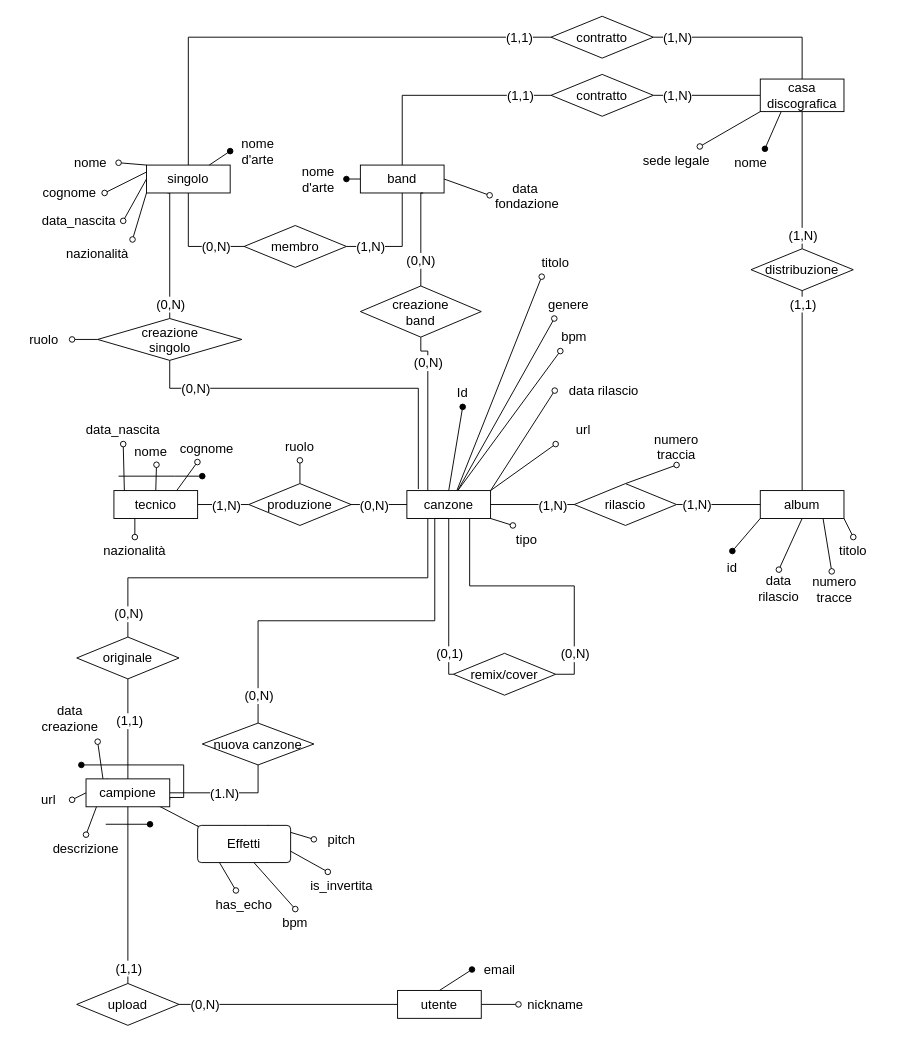
The draw.io diagram diagramma logico.drawio in Stef4noo/materiale-progetto-basi, before the edit. Source tidied: cells renumbered, new cells numbered last; positions are measured from the earlier drawing's top-left corner, leaving out a move shared by most shapes. Both pictures are drawn from the tidied source at 93%, with x=0, y=0 at pixel (16, 16).
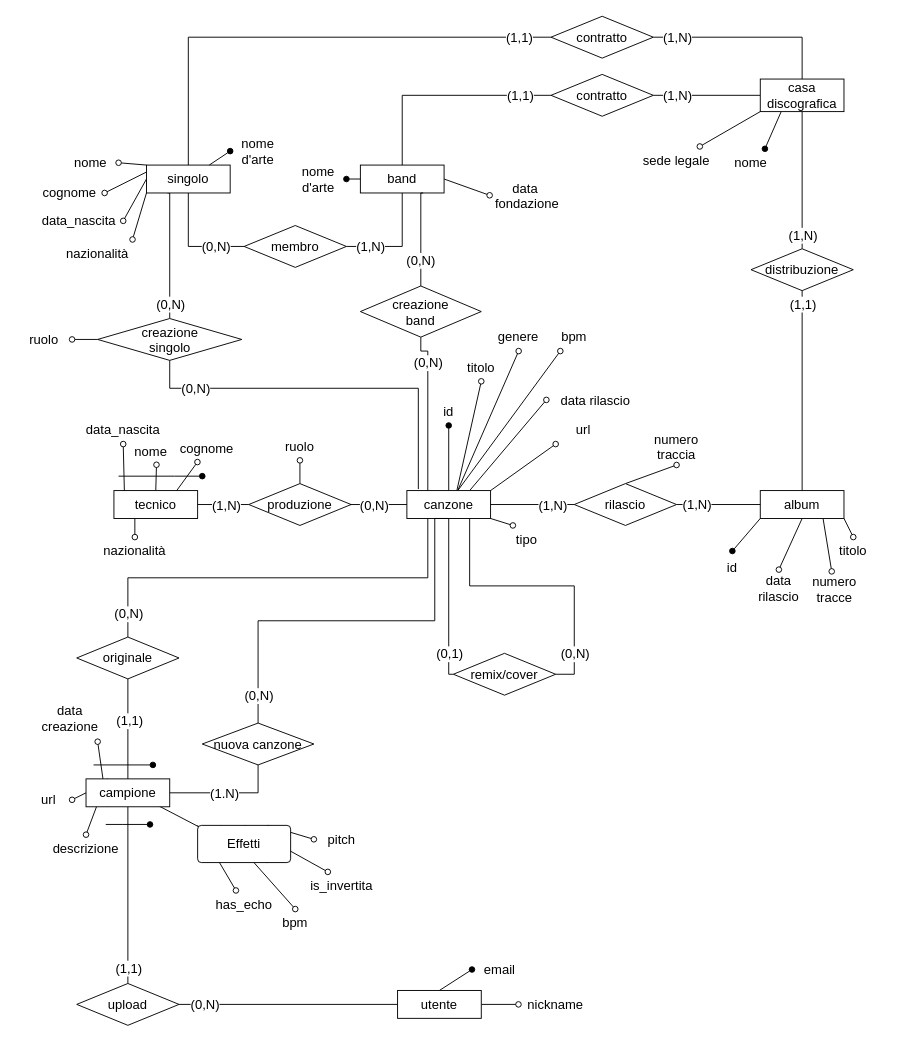
Above is the later version.

Unchanged cells that the change refers to:
```xml
<mxCell id="14" value="canzone" style="whiteSpace=wrap;html=1;align=center;labelBackgroundColor=none;fontSize=14;" parent="1" vertex="1">
  <mxGeometry x="420" y="510" width="90" height="30" as="geometry" />
</mxCell>
<mxCell id="25" value="campione" style="whiteSpace=wrap;html=1;align=center;labelBackgroundColor=none;fontSize=14;" parent="1" vertex="1">
  <mxGeometry x="75" y="820" width="90" height="30" as="geometry" />
</mxCell>
```

The edit, as a diff of the source:
```diff
@@
-    <mxCell id="3" style="rounded=0;jettySize=auto;html=1;exitX=1;exitY=0;exitDx=0;exitDy=0;entryX=0;entryY=0.5;entryDx=0;entryDy=0;endArrow=oval;endFill=0;fontSize=14;" parent="1" edge="1" source="14" target="100">
+    <mxCell id="3" style="rounded=0;jettySize=auto;html=1;exitX=0.75;exitY=0;exitDx=0;exitDy=0;entryX=0;entryY=0.5;entryDx=0;entryDy=0;endArrow=oval;endFill=0;fontSize=14;" parent="1" edge="1" source="14" target="100">
       <mxGeometry relative="1" as="geometry" />
     </mxCell>
-    <mxCell id="4" style="rounded=0;jettySize=auto;html=1;exitX=0.608;exitY=-0.007;exitDx=0;exitDy=0;endArrow=oval;endFill=0;entryX=0.25;entryY=1;entryDx=0;entryDy=0;fontSize=14;exitPerimeter=0;" parent="1" edge="1" source="14" target="101">
+    <mxCell id="4" style="rounded=0;jettySize=auto;html=1;exitX=0.608;exitY=-0.007;exitDx=0;exitDy=0;endArrow=oval;endFill=0;entryX=0.5;entryY=1;entryDx=0;entryDy=0;fontSize=14;exitPerimeter=0;" parent="1" edge="1" source="14" target="101">
       <mxGeometry relative="1" as="geometry" />
     </mxCell>
-    <mxCell id="5" style="rounded=0;jettySize=auto;html=1;exitX=0.597;exitY=0;exitDx=0;exitDy=0;endArrow=oval;endFill=0;entryX=0.25;entryY=1;entryDx=0;entryDy=0;exitPerimeter=0;fontSize=14;" parent="1" edge="1" source="14" target="102">
+    <mxCell id="5" style="rounded=0;jettySize=auto;html=1;exitX=0.597;exitY=0;exitDx=0;exitDy=0;endArrow=oval;endFill=0;entryX=0.5;entryY=1;entryDx=0;entryDy=0;exitPerimeter=0;fontSize=14;" parent="1" edge="1" source="14" target="102">
       <mxGeometry relative="1" as="geometry" />
     </mxCell>
@@
-    <mxCell id="24" style="edgeStyle=orthogonalEdgeStyle;rounded=0;jettySize=auto;html=1;exitX=1;exitY=0.75;exitDx=0;exitDy=0;endArrow=oval;endFill=1;fontSize=14;" parent="1" edge="1" source="25">
-      <mxGeometry relative="1" as="geometry">
-        <mxPoint x="70" y="805" as="targetPoint" />
-        <Array as="points">
-          <mxPoint x="165" y="840" />
-          <mxPoint x="180" y="840" />
-          <mxPoint x="180" y="805" />
-        </Array>
-      </mxGeometry>
-    </mxCell>
@@
-    <mxCell id="99" value="Id" style="text;html=1;whiteSpace=wrap;strokeColor=none;fillColor=none;align=center;verticalAlign=middle;rounded=0;fontSize=14;" parent="1" vertex="1">
-      <mxGeometry x="450" y="390" width="60" height="30" as="geometry" />
+    <mxCell id="99" value="id" style="text;html=1;whiteSpace=wrap;strokeColor=none;fillColor=none;align=center;verticalAlign=middle;rounded=0;fontSize=14;" parent="1" vertex="1">
+      <mxGeometry x="435" y="410" width="60" height="30" as="geometry" />
     </mxCell>
     <mxCell id="100" value="&lt;div&gt;data rilascio&lt;/div&gt;" style="text;html=1;whiteSpace=wrap;strokeColor=none;fillColor=none;align=center;verticalAlign=middle;rounded=0;fontSize=14;" parent="1" vertex="1">
-      <mxGeometry x="579" y="385" width="106" height="35" as="geometry" />
+      <mxGeometry x="570" y="395" width="106" height="35" as="geometry" />
     </mxCell>
     <mxCell id="101" value="genere" style="text;html=1;whiteSpace=wrap;strokeColor=none;fillColor=none;align=center;verticalAlign=middle;rounded=0;fontSize=14;" parent="1" vertex="1">
-      <mxGeometry x="563.5" y="295" width="60" height="30" as="geometry" />
+      <mxGeometry x="510.2" y="330" width="60" height="30" as="geometry" />
     </mxCell>
     <mxCell id="102" value="titolo" style="text;html=1;whiteSpace=wrap;strokeColor=none;fillColor=none;align=center;verticalAlign=middle;rounded=0;fontSize=14;" parent="1" vertex="1">
-      <mxGeometry x="550" y="250" width="60" height="30" as="geometry" />
+      <mxGeometry x="470" y="362.5" width="60" height="30" as="geometry" />
     </mxCell>
@@
     <mxCell id="130" style="edgeStyle=orthogonalEdgeStyle;rounded=0;orthogonalLoop=1;jettySize=auto;html=1;startArrow=oval;startFill=1;endArrow=none;endFill=0;fontSize=14;" parent="1" edge="1">
       <mxGeometry relative="1" as="geometry">
-        <mxPoint x="143.8" y="868.8" as="sourcePoint" />
-        <mxPoint x="96.2" y="868.8" as="targetPoint" />
+        <mxPoint x="143.8" y="869" as="sourcePoint" />
+        <mxPoint x="96.2" y="869" as="targetPoint" />
         <Array as="points">
-          <mxPoint x="113.8" y="869.1" />
-          <mxPoint x="33.8" y="869.1" />
+          <mxPoint x="113.8" y="869.3" />
+          <mxPoint x="33.8" y="869.3" />
         </Array>
       </mxGeometry>
     </mxCell>
@@
+    <mxCell id="147" style="rounded=0;orthogonalLoop=1;jettySize=auto;html=1;startArrow=oval;startFill=1;endArrow=none;endFill=0;fontSize=14;" parent="1" edge="1">
+      <mxGeometry relative="1" as="geometry">
+        <mxPoint x="146.9" y="805" as="sourcePoint" />
+        <mxPoint x="83.1" y="805" as="targetPoint" />
+      </mxGeometry>
+    </mxCell>
```
